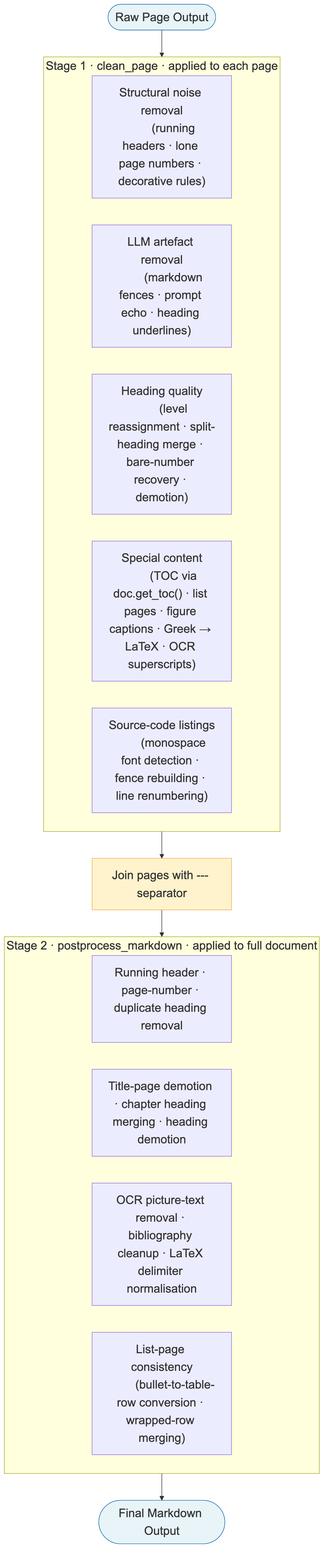
Before: Thesis_Paper/bilder/postprocessing.png, a diagram exported from Mermaid (noormartini/pdf2md). Its source is kept beside it as Thesis_Paper/diagrams/postprocessing.mmd. The source it was exported from:
```mermaid
%%{init: {'theme': 'default', 'themeVariables': {'fontSize': '22px', 'fontFamily': 'arial'}}}%%
flowchart TD
    A([Raw Page Output]) --> B

    subgraph B[" Stage 1 · clean_page · applied to each page "]
        B1["Structural noise removal
        (running headers · lone page numbers · decorative rules)"]
        B2["LLM artefact removal
        (markdown fences · prompt echo · heading underlines)"]
        B3["Heading quality
        (level reassignment · split-heading merge · bare-number recovery · demotion)"]
        B4["Special content
        (TOC via doc.get_toc() · list pages · figure captions · Greek → LaTeX · OCR superscripts)"]
        B5["Source-code listings
        (monospace font detection · fence rebuilding · line renumbering)"]
    end

    B --> C[Join pages with --- separator]
    C --> D

    subgraph D[" Stage 2 · postprocess_markdown · applied to full document "]
        D1["Running header · page-number · duplicate heading removal"]
        D2["Title-page demotion · chapter heading merging · heading demotion"]
        D3["OCR picture-text removal · bibliography cleanup · LaTeX delimiter normalisation"]
        D4["List-page consistency
        (bullet-to-table-row conversion · wrapped-row merging)"]
    end

    D --> E([Final Markdown Output])

    style A fill:#e8f4f8,stroke:#2c7bb6
    style E fill:#e8f4f8,stroke:#2c7bb6
    style C fill:#fff3cd,stroke:#f0ad4e
```
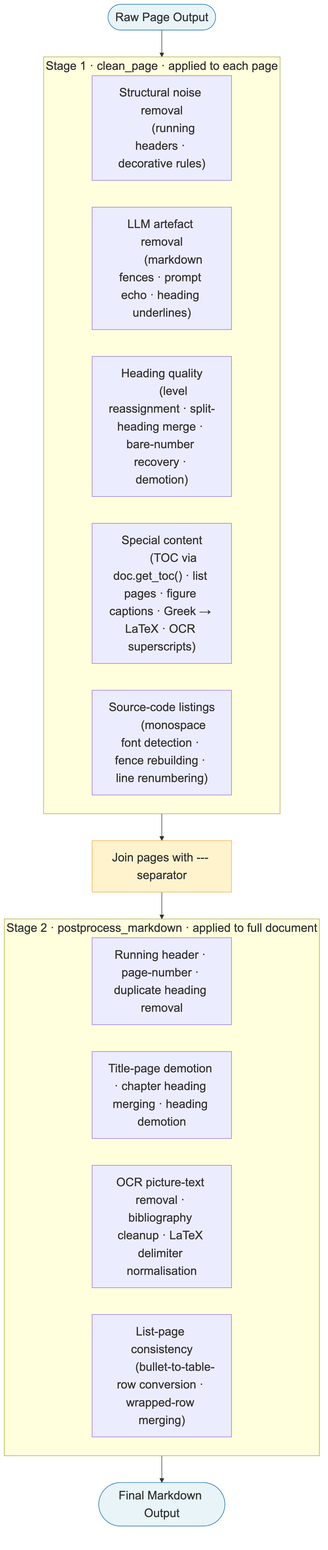
The same file after the commit.

Diff of the diagram source:
```diff
@@ -4,7 +4,7 @@
 
     subgraph B[" Stage 1 · clean_page · applied to each page "]
         B1["Structural noise removal
-        (running headers · lone page numbers · decorative rules)"]
+        (running headers · decorative rules)"]
         B2["LLM artefact removal
         (markdown fences · prompt echo · heading underlines)"]
         B3["Heading quality
```
